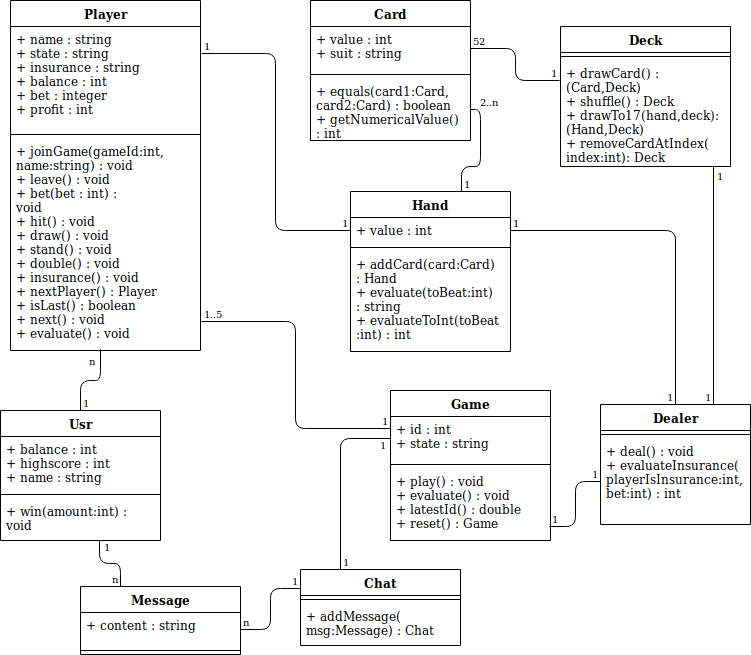
Above: documentation/diagrams/UML.png in danielmeint/xml (draw.io), before the change. Source tidied: cells renumbered, new cells last; positions are measured from the earlier drawing's top-left corner, leaving out a move shared by most shapes.
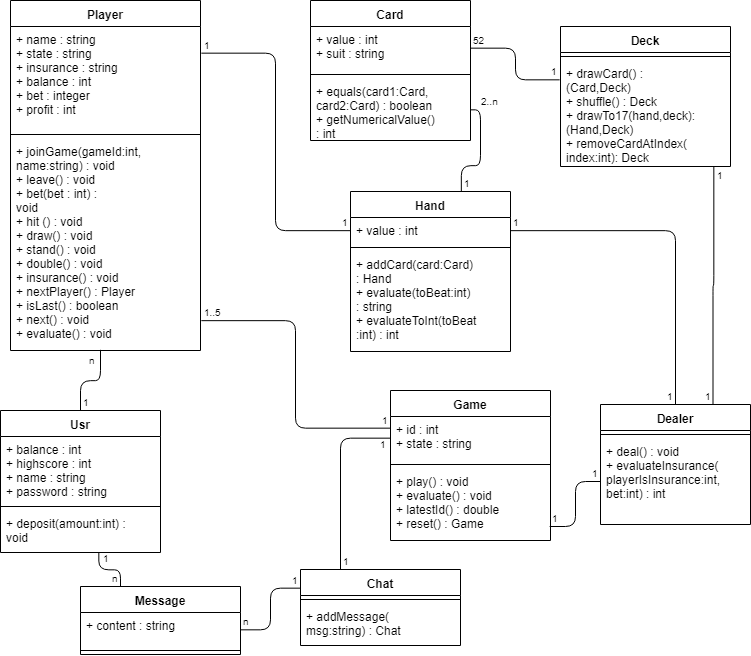
The same diagram one commit later.

Commit message:
password usr in uml and slides

Diff of the diagram source:
```diff
@@ -32,7 +32,7 @@
     <mxCell id="11" style="line;strokeWidth=1;fillColor=none;align=left;verticalAlign=middle;spacingTop=-1;spacingLeft=3;spacingRight=3;labelPosition=right;" parent="9" vertex="1">
       <mxGeometry y="130" width="190" height="8" as="geometry" />
     </mxCell>
-    <mxCell id="12" value="+ joinGame(gameId:int,&#10;name:string) : void&#10;+ leave() : void&#10;+ bet(bet : int) :&#10;void&#10;+ hit() : void&#10;+ draw() : void&#10;+ stand() : void&#10;+ double() : void&#10;+ insurance() : void&#10;+ nextPlayer() : Player&#10;+ isLast() : boolean&#10;+ next() : void&#10;+ evaluate() : void&#10;&#10;&#10;&#10;" style="text;strokeColor=none;fillColor=none;align=left;verticalAlign=top;spacingLeft=4;spacingRight=4;overflow=hidden;points=[[0,0.5],[1,0.5]];portConstraint=eastwest;" parent="9" vertex="1">
+    <mxCell id="12" value="+ joinGame(gameId:int,&#10;name:string) : void&#10;+ leave() : void&#10;+ bet(bet : int) :&#10;void&#10;+ hit () : void&#10;+ draw() : void&#10;+ stand() : void&#10;+ double() : void&#10;+ insurance() : void&#10;+ nextPlayer() : Player&#10;+ isLast() : boolean&#10;+ next() : void&#10;+ evaluate() : void&#10;&#10;&#10;&#10;" style="text;strokeColor=none;fillColor=none;align=left;verticalAlign=top;spacingLeft=4;spacingRight=4;overflow=hidden;points=[[0,0.5],[1,0.5]];portConstraint=eastwest;" parent="9" vertex="1">
       <mxGeometry y="138" width="190" height="212" as="geometry" />
     </mxCell>
     <mxCell id="13" style="endArrow=none;html=1;edgeStyle=orthogonalEdgeStyle;exitX=1.005;exitY=0.861;exitDx=0;exitDy=0;entryX=0;entryY=0.273;entryDx=0;entryDy=0;entryPerimeter=0;exitPerimeter=0;" parent="1" edge="1" source="12" target="3">
@@ -127,16 +127,16 @@
       <mxGeometry x="1" relative="1" as="geometry" />
     </mxCell>
     <mxCell id="42" value="Usr" style="swimlane;fontStyle=1;align=center;verticalAlign=top;horizontal=1;startSize=26;" parent="1" vertex="1">
-      <mxGeometry y="410" width="160" height="130" as="geometry" />
+      <mxGeometry y="410" width="160" height="142" as="geometry" />
     </mxCell>
-    <mxCell id="43" value="+ balance : int&#10;+ highscore : int&#10;+ name : string&#10;" style="text;strokeColor=none;fillColor=none;align=left;verticalAlign=top;spacingLeft=4;spacingRight=4;overflow=hidden;" parent="42" vertex="1">
-      <mxGeometry y="26" width="160" height="54" as="geometry" />
+    <mxCell id="43" value="+ balance : int&#10;+ highscore : int&#10;+ name : string&#10;+ password : string&#10;" style="text;strokeColor=none;fillColor=none;align=left;verticalAlign=top;spacingLeft=4;spacingRight=4;overflow=hidden;" parent="42" vertex="1">
+      <mxGeometry y="26" width="160" height="66" as="geometry" />
     </mxCell>
     <mxCell id="44" style="line;strokeWidth=1;fillColor=none;align=left;verticalAlign=middle;spacingTop=-1;spacingLeft=3;spacingRight=3;labelPosition=right;" parent="42" vertex="1">
-      <mxGeometry y="80" width="160" height="8" as="geometry" />
+      <mxGeometry y="92" width="160" height="8" as="geometry" />
     </mxCell>
-    <mxCell id="45" value="+ win(amount:int) :&#10;void&#10;" style="text;strokeColor=none;fillColor=none;align=left;verticalAlign=top;spacingLeft=4;spacingRight=4;overflow=hidden;points=[[0,0.5],[1,0.5]];portConstraint=eastwest;" parent="42" vertex="1">
-      <mxGeometry y="88" width="160" height="42" as="geometry" />
+    <mxCell id="45" value="+ deposit(amount:int) :&#10;void&#10;" style="text;strokeColor=none;fillColor=none;align=left;verticalAlign=top;spacingLeft=4;spacingRight=4;overflow=hidden;points=[[0,0.5],[1,0.5]];portConstraint=eastwest;" parent="42" vertex="1">
+      <mxGeometry y="100" width="160" height="42" as="geometry" />
     </mxCell>
     <mxCell id="46" value="Chat" style="swimlane;fontStyle=1;align=center;verticalAlign=top;horizontal=1;startSize=26;" parent="1" vertex="1">
       <mxGeometry x="300" y="569" width="160" height="76" as="geometry" />
@@ -144,7 +144,7 @@
     <mxCell id="47" style="line;strokeWidth=1;fillColor=none;align=left;verticalAlign=middle;spacingTop=-1;spacingLeft=3;spacingRight=3;labelPosition=right;" parent="46" vertex="1">
       <mxGeometry y="26" width="160" height="8" as="geometry" />
     </mxCell>
-    <mxCell id="48" value="+ addMessage(&#10;msg:Message) : Chat" style="text;strokeColor=none;fillColor=none;align=left;verticalAlign=top;spacingLeft=4;spacingRight=4;overflow=hidden;" parent="46" vertex="1">
+    <mxCell id="48" value="+ addMessage(&#10;msg:string) : Chat" style="text;strokeColor=none;fillColor=none;align=left;verticalAlign=top;spacingLeft=4;spacingRight=4;overflow=hidden;" parent="46" vertex="1">
       <mxGeometry y="34" width="160" height="42" as="geometry" />
     </mxCell>
     <mxCell id="49" style="endArrow=none;html=1;edgeStyle=orthogonalEdgeStyle;exitX=0.694;exitY=0;exitDx=0;exitDy=0;exitPerimeter=0;entryX=1;entryY=0.5;entryDx=0;entryDy=0;" parent="1" edge="1" source="19" target="35">
```
